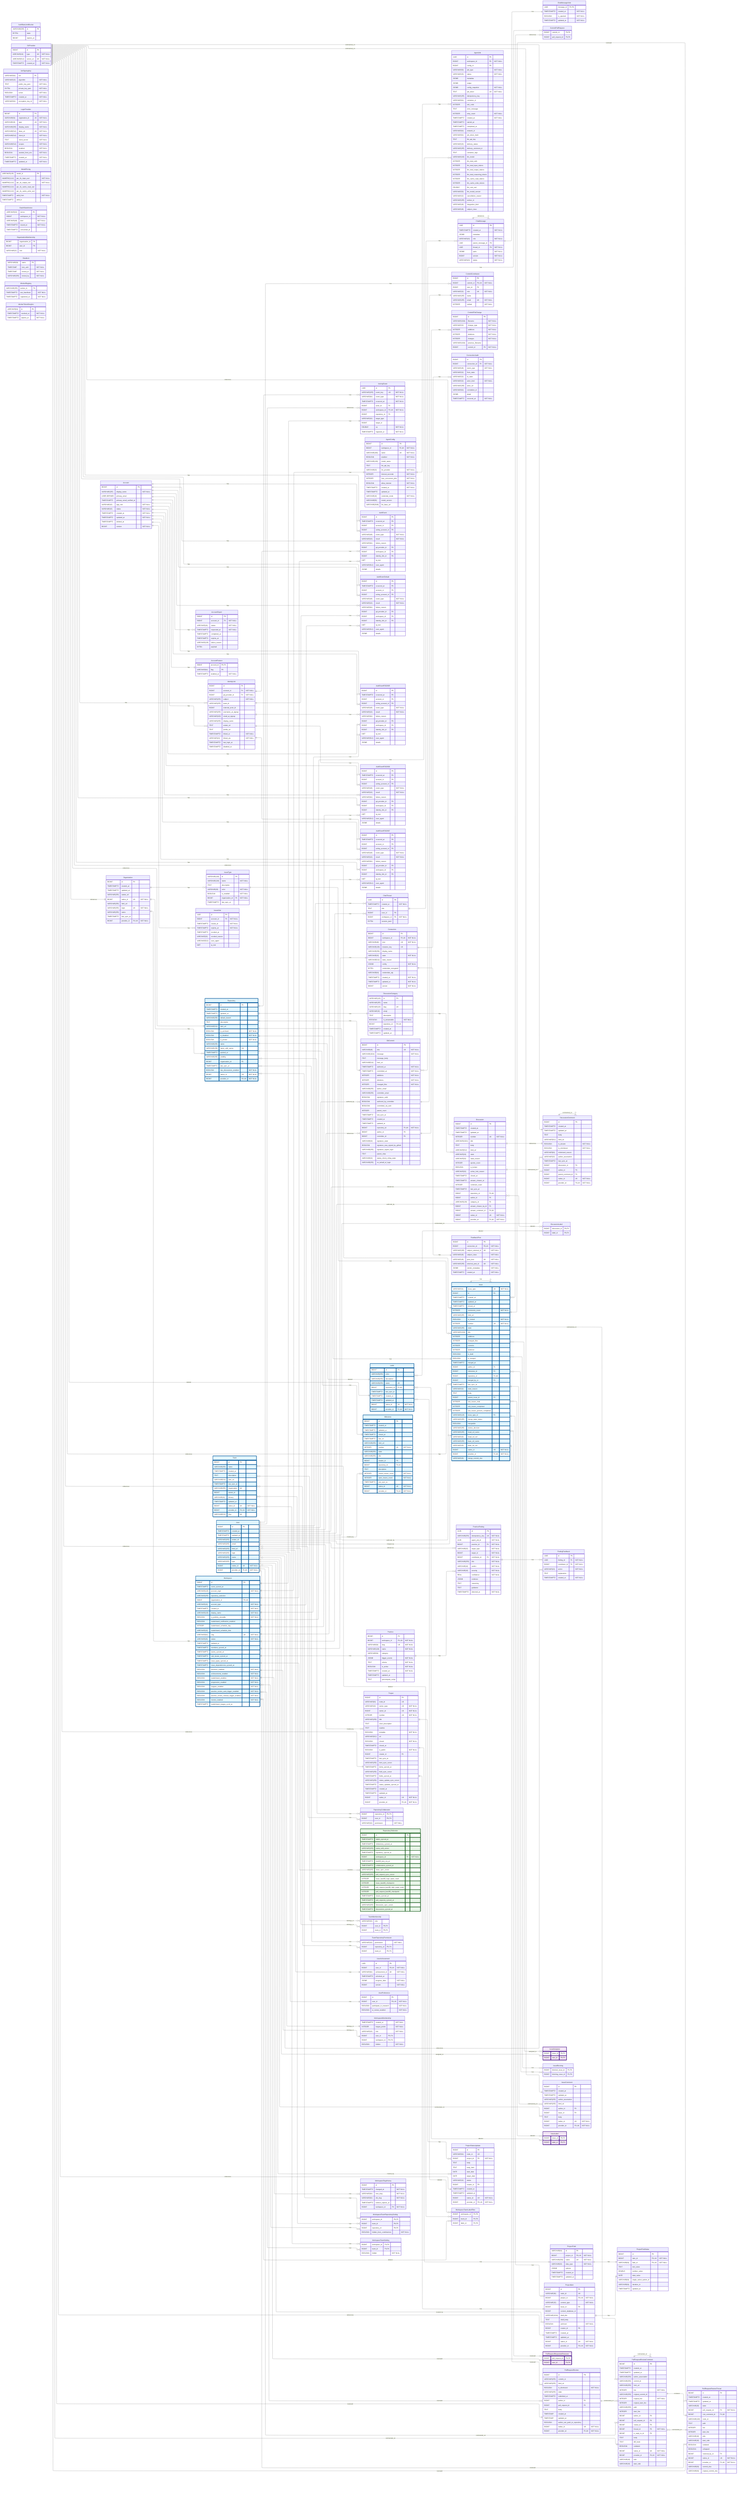
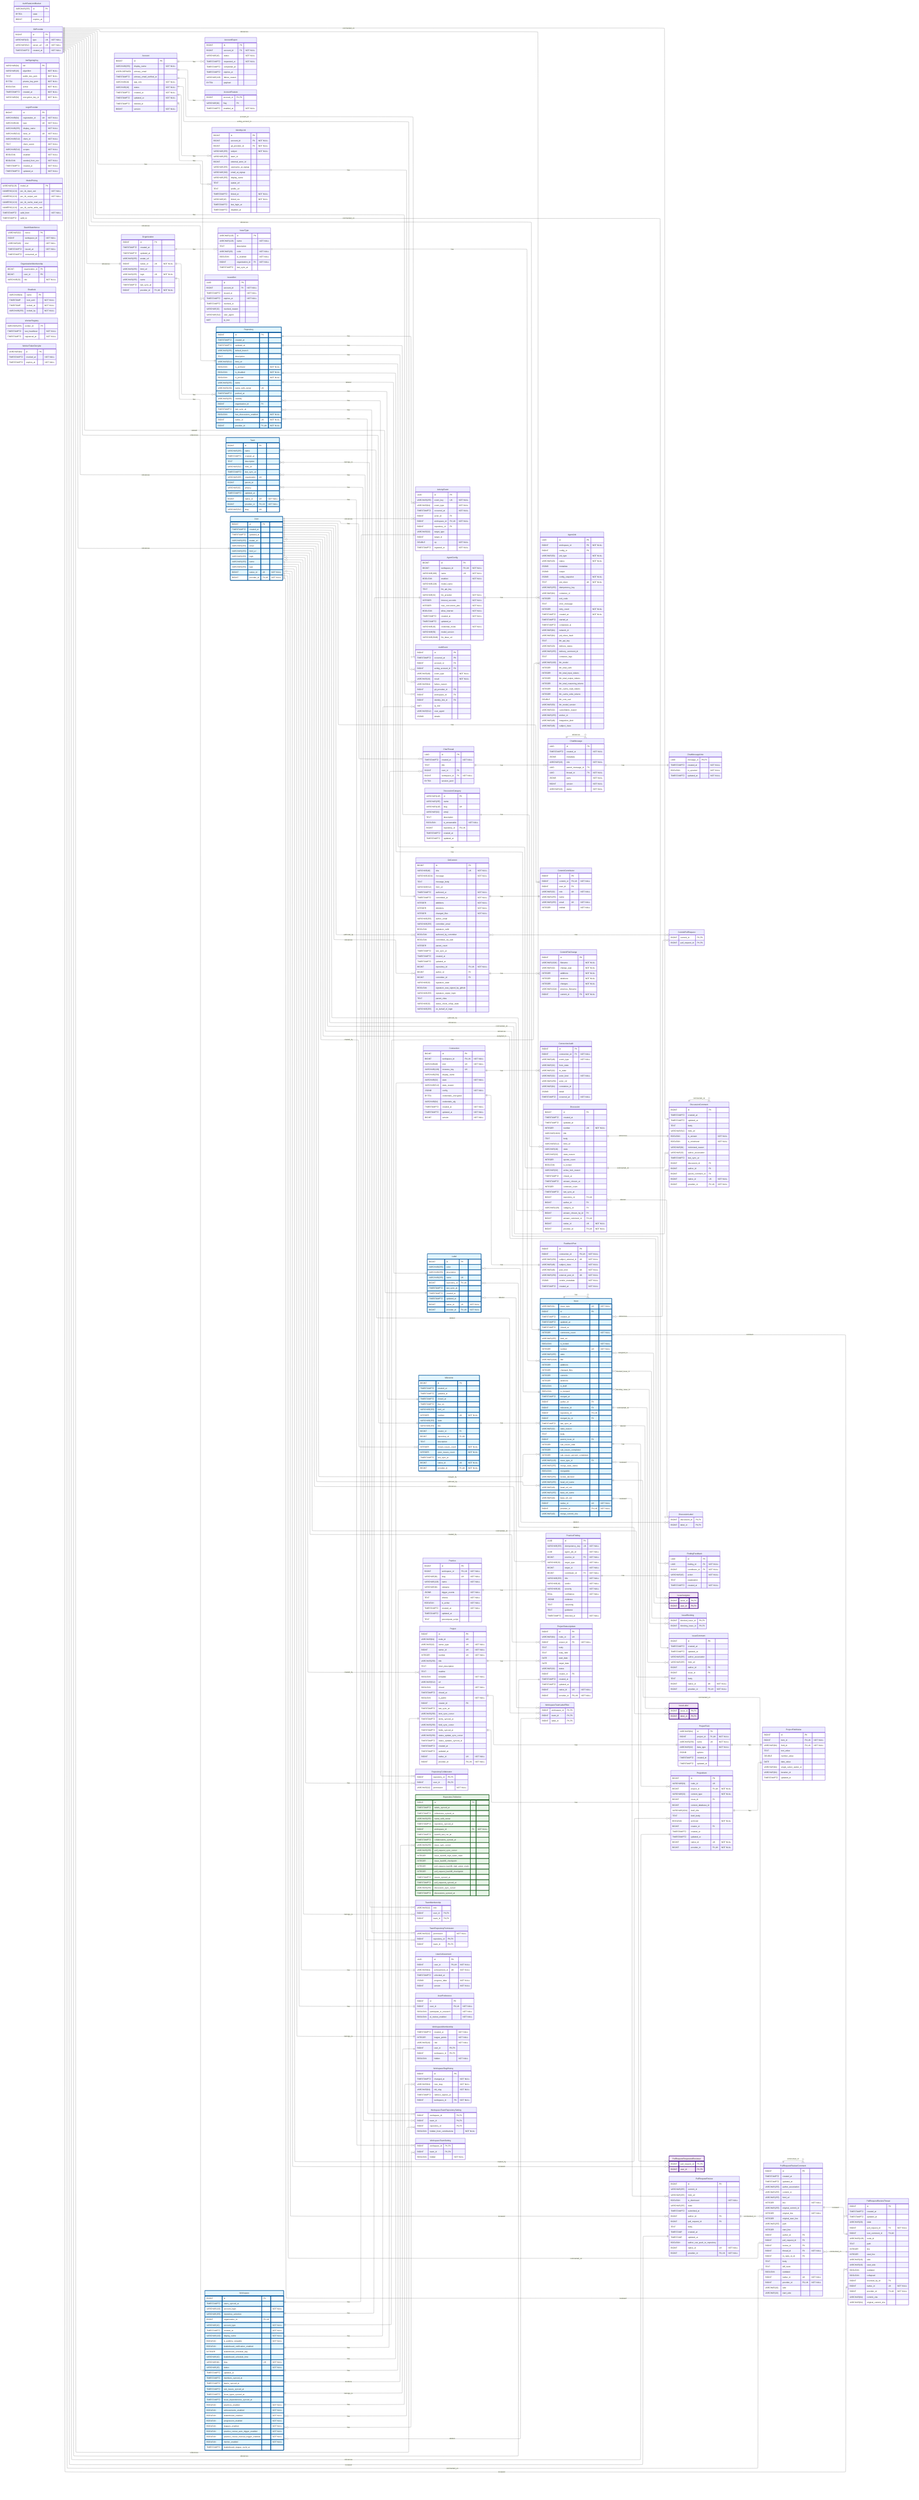
---
config:
    layout: elk
---
erDiagram
    %% Generated automatically from PostgreSQL database schema
    %% using scripts/generate-mermaid-erd.ts
    %% To regenerate: pnpm run db:generate-erd-docs

    direction LR

    Account {
        BIGINT id PK
        VARCHAR(255) display_name "NOT NULL"
        USER-DEFINED primary_email
        TIMESTAMPTZ primary_email_verified_at
        VARCHAR(16) app_role "NOT NULL"
        VARCHAR(16) status "NOT NULL"
        TIMESTAMPTZ created_at "NOT NULL"
        TIMESTAMPTZ updated_at "NOT NULL"
        TIMESTAMPTZ deleted_at
        BIGINT version "NOT NULL"
    }

    AccountExport {
        BIGINT id PK
        BIGINT account_id FK "NOT NULL"
        VARCHAR(16) status "NOT NULL"
        TIMESTAMPTZ requested_at "NOT NULL"
        TIMESTAMPTZ completed_at
        TIMESTAMPTZ expires_at
        VARCHAR(128) failure_reason
        BYTEA payload
    }

    AccountFeature {
        BIGINT account_id PK,FK
        VARCHAR(64) flag PK
        TIMESTAMPTZ enabled_at "NOT NULL"
    }

    ActivityEvent {
        UUID id PK
        VARCHAR(255) event_key UK "NOT NULL"
        VARCHAR(64) event_type "NOT NULL"
        TIMESTAMPTZ occurred_at "NOT NULL"
        BIGINT actor_id FK
        BIGINT workspace_id FK,UK "NOT NULL"
        BIGINT repository_id FK
        VARCHAR(32) target_type
        BIGINT target_id
        DOUBLE xp "NOT NULL"
        TIMESTAMPTZ ingested_at "NOT NULL"
    }

    AgentConfig {
        BIGINT id PK
        BIGINT workspace_id FK,UK "NOT NULL"
        VARCHAR(100) name UK "NOT NULL"
        BOOLEAN enabled "NOT NULL"
        VARCHAR(128) model_name
        TEXT llm_api_key
        VARCHAR(32) llm_provider "NOT NULL"
        INTEGER timeout_seconds "NOT NULL"
        INTEGER max_concurrent_jobs "NOT NULL"
        BOOLEAN allow_internet "NOT NULL"
        TIMESTAMPTZ created_at "NOT NULL"
        TIMESTAMPTZ updated_at
        VARCHAR(16) credential_mode "NOT NULL"
        VARCHAR(50) model_version
        VARCHAR(2048) llm_base_url
    }

    AgentJob {
        UUID id PK
        BIGINT workspace_id FK "NOT NULL"
        BIGINT config_id FK
        VARCHAR(50) job_type "NOT NULL"
        VARCHAR(20) status "NOT NULL"
        JSONB metadata
        JSONB output
        JSONB config_snapshot "NOT NULL"
        TEXT job_token UK "NOT NULL"
        VARCHAR(255) idempotency_key
        VARCHAR(64) container_id
        INTEGER exit_code
        TEXT error_message
        INTEGER retry_count "NOT NULL"
        TIMESTAMPTZ created_at "NOT NULL"
        TIMESTAMPTZ started_at
        TIMESTAMPTZ completed_at
        VARCHAR(64) network_id
        VARCHAR(64) job_token_hash
        TEXT llm_api_key
        VARCHAR(20) delivery_status
        VARCHAR(255) delivery_comment_id
        TEXT container_logs
        VARCHAR(100) llm_model
        INTEGER llm_total_calls
        INTEGER llm_total_input_tokens
        INTEGER llm_total_output_tokens
        INTEGER llm_total_reasoning_tokens
        INTEGER llm_cache_read_tokens
        INTEGER llm_cache_write_tokens
        DOUBLE llm_cost_usd
        VARCHAR(50) llm_model_version
        VARCHAR(32) cancellation_reason
        VARCHAR(255) worker_id
        VARCHAR(48) integration_kind
        VARCHAR(48) subject_class
    }

    AuthEvent {
-         BIGINT id PK
-         TIMESTAMPTZ occurred_at PK
-         BIGINT account_id FK
-         BIGINT acting_account_id FK
-         VARCHAR(48) event_type "NOT NULL"
-         VARCHAR(16) result "NOT NULL"
-         VARCHAR(64) failure_reason
-         BIGINT git_provider_id FK
-         BIGINT workspace_id FK
-         BIGINT identity_link_id FK
-         INET ip_inet
-         VARCHAR(512) user_agent
-         JSONB details
-     }
- 
-     AuthEventDefault {
-         BIGINT id PK
-         TIMESTAMPTZ occurred_at PK
-         BIGINT account_id FK
-         BIGINT acting_account_id FK
-         VARCHAR(48) event_type "NOT NULL"
-         VARCHAR(16) result "NOT NULL"
-         VARCHAR(64) failure_reason
-         BIGINT git_provider_id FK
-         BIGINT workspace_id FK
-         BIGINT identity_link_id FK
-         INET ip_inet
-         VARCHAR(512) user_agent
-         JSONB details
-     }
- 
-     AuthEventP202605 {
-         BIGINT id PK
-         TIMESTAMPTZ occurred_at PK
-         BIGINT account_id FK
-         BIGINT acting_account_id FK
-         VARCHAR(48) event_type "NOT NULL"
-         VARCHAR(16) result "NOT NULL"
-         VARCHAR(64) failure_reason
-         BIGINT git_provider_id FK
-         BIGINT workspace_id FK
-         BIGINT identity_link_id FK
-         INET ip_inet
-         VARCHAR(512) user_agent
-         JSONB details
-     }
- 
-     AuthEventP202606 {
-         BIGINT id PK
-         TIMESTAMPTZ occurred_at PK
-         BIGINT account_id FK
-         BIGINT acting_account_id FK
-         VARCHAR(48) event_type "NOT NULL"
-         VARCHAR(16) result "NOT NULL"
-         VARCHAR(64) failure_reason
-         BIGINT git_provider_id FK
-         BIGINT workspace_id FK
-         BIGINT identity_link_id FK
-         INET ip_inet
-         VARCHAR(512) user_agent
-         JSONB details
-     }
- 
-     AuthEventP202607 {
        BIGINT id PK
        TIMESTAMPTZ occurred_at PK
        BIGINT account_id FK
        BIGINT acting_account_id FK
        VARCHAR(48) event_type "NOT NULL"
        VARCHAR(16) result "NOT NULL"
        VARCHAR(64) failure_reason
        BIGINT git_provider_id FK
        BIGINT workspace_id FK
        BIGINT identity_link_id FK
        INET ip_inet
        VARCHAR(512) user_agent
        JSONB details
    }

    AuthRateLimitBucket {
        VARCHAR(255) id PK
        BYTEA state
        BIGINT expires_at
    }

    ChatMessage {
        UUID id PK
        TIMESTAMPTZ created_at "NOT NULL"
        JSONB metadata
        VARCHAR(16) role "NOT NULL"
        UUID parent_message_id FK
        UUID thread_id FK "NOT NULL"
        JSONB parts "NOT NULL"
        BIGINT version "NOT NULL"
        VARCHAR(16) status "NOT NULL"
    }

    ChatMessageVote {
        UUID message_id PK,FK
        TIMESTAMPTZ created_at "NOT NULL"
        BOOLEAN is_upvoted "NOT NULL"
        TIMESTAMPTZ updated_at "NOT NULL"
    }

    ChatThread {
        UUID id PK
        TIMESTAMPTZ created_at "NOT NULL"
        TEXT title
        BIGINT user_id FK
        BIGINT workspace_id FK "NOT NULL"
        BYTEA session_jsonl
    }

    CommitContributor {
        BIGINT id PK
        BIGINT commit_id FK,UK "NOT NULL"
        BIGINT user_id FK
        VARCHAR(32) role UK "NOT NULL"
        VARCHAR(255) name
        VARCHAR(255) email UK "NOT NULL"
        INTEGER ordinal "NOT NULL"
    }

    CommitFileChange {
        BIGINT id PK
        VARCHAR(1024) filename "NOT NULL"
        VARCHAR(32) change_type "NOT NULL"
        INTEGER additions "NOT NULL"
        INTEGER deletions "NOT NULL"
        INTEGER changes "NOT NULL"
        VARCHAR(1024) previous_filename
        BIGINT commit_id FK "NOT NULL"
    }

    CommitPullRequest {
        BIGINT commit_id PK,FK
        BIGINT pull_request_id PK,FK
    }

    Connection {
        BIGINT id PK
        BIGINT workspace_id FK,UK "NOT NULL"
        VARCHAR(48) kind UK "NOT NULL"
        VARCHAR(128) instance_key UK
        VARCHAR(256) display_name
        VARCHAR(32) state "NOT NULL"
        VARCHAR(512) state_reason
        JSONB config "NOT NULL"
        BYTEA credentials_encrypted
        VARCHAR(64) credentials_alg
        TIMESTAMPTZ created_at "NOT NULL"
        TIMESTAMPTZ updated_at "NOT NULL"
        BIGINT version "NOT NULL"
    }

    ConnectionAudit {
        BIGINT id PK
        BIGINT connection_id FK "NOT NULL"
        VARCHAR(48) event_type "NOT NULL"
        VARCHAR(32) from_state
        VARCHAR(32) to_state
        VARCHAR(32) actor_kind "NOT NULL"
        VARCHAR(256) actor_ref
        VARCHAR(64) correlation_id
        JSONB detail
        TIMESTAMPTZ occurred_at "NOT NULL"
    }

    Discussion {
        BIGINT id PK
        TIMESTAMPTZ created_at
        TIMESTAMPTZ updated_at
        INTEGER number UK "NOT NULL"
        VARCHAR(1024) title
        TEXT body
        VARCHAR(512) html_url
        VARCHAR(16) state
        VARCHAR(32) state_reason
        INTEGER upvote_count
        BOOLEAN is_locked
        VARCHAR(32) active_lock_reason
        TIMESTAMPTZ closed_at
        TIMESTAMPTZ answer_chosen_at
        INTEGER comment_count
        TIMESTAMPTZ last_sync_at
        BIGINT repository_id FK,UK
        BIGINT author_id FK
        VARCHAR(128) category_id FK
        BIGINT answer_chosen_by_id FK
        BIGINT answer_comment_id FK,UK
        BIGINT native_id UK "NOT NULL"
        BIGINT provider_id FK,UK "NOT NULL"
    }

    DiscussionCategory {
        VARCHAR(128) id PK
        VARCHAR(255) name
        VARCHAR(128) slug UK
        VARCHAR(32) emoji
        TEXT description
        BOOLEAN is_answerable "NOT NULL"
        BIGINT repository_id FK,UK
        TIMESTAMPTZ created_at
        TIMESTAMPTZ updated_at
    }

    DiscussionComment {
        BIGINT id PK
        TIMESTAMPTZ created_at
        TIMESTAMPTZ updated_at
        TEXT body
        VARCHAR(512) html_url
        BOOLEAN is_answer "NOT NULL"
        BOOLEAN is_minimized "NOT NULL"
        VARCHAR(64) minimized_reason
        VARCHAR(32) author_association
        TIMESTAMPTZ last_sync_at
        BIGINT discussion_id FK
        BIGINT author_id FK
        BIGINT parent_comment_id FK
        BIGINT native_id UK "NOT NULL"
        BIGINT provider_id FK,UK "NOT NULL"
    }

    DiscussionLabel {
        BIGINT discussion_id PK,FK
        BIGINT label_id PK,FK
    }

    FeedbackPost {
        BIGINT id PK
        BIGINT connection_id FK,UK "NOT NULL"
        VARCHAR(256) subject_external_id UK "NOT NULL"
        VARCHAR(48) subject_class "NOT NULL"
        VARCHAR(48) post_kind UK "NOT NULL"
        VARCHAR(256) external_post_id UK "NOT NULL"
        JSONB vendor_metadata "NOT NULL"
        TIMESTAMPTZ created_at "NOT NULL"
    }

    FindingFeedback {
        UUID id PK
        UUID finding_id FK "NOT NULL"
        BIGINT contributor_id FK "NOT NULL"
        VARCHAR(16) action "NOT NULL"
        TEXT explanation
        TIMESTAMPTZ created_at "NOT NULL"
    }

    GitCommit {
        BIGINT id PK
        VARCHAR(40) sha UK "NOT NULL"
        VARCHAR(1024) message "NOT NULL"
        TEXT message_body
        VARCHAR(512) html_url
        TIMESTAMPTZ authored_at "NOT NULL"
        TIMESTAMPTZ committed_at "NOT NULL"
        INTEGER additions "NOT NULL"
        INTEGER deletions "NOT NULL"
        INTEGER changed_files "NOT NULL"
        VARCHAR(255) author_email
        VARCHAR(255) committer_email
        BOOLEAN signature_valid
        BOOLEAN authored_by_committer
        BOOLEAN committed_via_web
        INTEGER parent_count
        TIMESTAMPTZ last_sync_at
        TIMESTAMPTZ created_at
        TIMESTAMPTZ updated_at
        BIGINT repository_id FK,UK "NOT NULL"
        BIGINT author_id FK
        BIGINT committer_id FK
        VARCHAR(32) signature_state
        BOOLEAN signature_was_signed_by_github
        VARCHAR(255) signature_signer_login
        TEXT parent_shas
        VARCHAR(32) status_check_rollup_state
        VARCHAR(255) on_behalf_of_login
    }

    GitProvider {
        BIGINT id PK
        VARCHAR(10) type UK "NOT NULL"
        VARCHAR(512) server_url UK "NOT NULL"
        TIMESTAMPTZ created_at "NOT NULL"
    }

    IdentityLink {
        BIGINT id PK
        BIGINT account_id FK "NOT NULL"
        BIGINT git_provider_id FK "NOT NULL"
        VARCHAR(255) subject "NOT NULL"
        VARCHAR(255) team_id
        BIGINT external_actor_id
        VARCHAR(255) username_at_signup
        VARCHAR(320) email_at_signup
        VARCHAR(255) display_name
        TEXT avatar_url
        TEXT profile_url
        TIMESTAMPTZ linked_at "NOT NULL"
        VARCHAR(16) linked_via "NOT NULL"
        TIMESTAMPTZ last_login_at
        TIMESTAMPTZ disabled_at
    }

    Issue {
        VARCHAR(31) issue_type UK "NOT NULL"
        BIGINT id PK
        TIMESTAMPTZ created_at
        TIMESTAMPTZ updated_at
        TIMESTAMPTZ closed_at
        INTEGER comments_count "NOT NULL"
        VARCHAR(255) html_url
        BOOLEAN is_locked "NOT NULL"
        INTEGER number UK "NOT NULL"
        VARCHAR(255) state
        VARCHAR(1024) title
        INTEGER additions
        INTEGER changed_files
        INTEGER commits
        INTEGER deletions
        BOOLEAN is_draft
        BOOLEAN is_merged
        TIMESTAMPTZ merged_at
        BIGINT author_id FK
        BIGINT milestone_id FK
        BIGINT repository_id FK,UK
        BIGINT merged_by_id FK
        TIMESTAMPTZ last_sync_at
        VARCHAR(32) state_reason
        TEXT body
        BIGINT parent_issue_id FK
        INTEGER sub_issues_total
        INTEGER sub_issues_completed
        INTEGER sub_issues_percent_completed
        VARCHAR(128) issue_type_id FK
        VARCHAR(255) merge_state_status
        BOOLEAN mergeable
        VARCHAR(255) review_decision
        VARCHAR(255) head_ref_name
        VARCHAR(40) head_ref_oid
        VARCHAR(255) base_ref_name
        VARCHAR(40) base_ref_oid
        BIGINT native_id UK "NOT NULL"
        BIGINT provider_id FK,UK "NOT NULL"
        VARCHAR(40) merge_commit_sha
    }

    IssueAssignee {
        BIGINT issue_id PK,FK
        BIGINT user_id PK,FK
    }

    IssueBlocking {
        BIGINT blocked_issue_id PK,FK
        BIGINT blocking_issue_id PK,FK
    }

    IssueComment {
        BIGINT id PK
        TIMESTAMPTZ created_at
        TIMESTAMPTZ updated_at
        VARCHAR(255) author_association
        VARCHAR(255) html_url
        BIGINT author_id FK
        BIGINT issue_id FK
        TEXT body
        BIGINT native_id UK "NOT NULL"
        BIGINT provider_id FK,UK "NOT NULL"
    }

    IssueLabel {
        BIGINT issue_id PK,FK
        BIGINT label_id PK,FK
    }

    IssueType {
        VARCHAR(128) id PK
        VARCHAR(128) name "NOT NULL"
        TEXT description
        VARCHAR(20) color "NOT NULL"
        BOOLEAN is_enabled "NOT NULL"
        BIGINT organization_id FK "NOT NULL"
        TIMESTAMPTZ last_sync_at
    }

    IssuedJwt {
        UUID jti PK
        BIGINT account_id FK "NOT NULL"
        TIMESTAMPTZ issued_at "NOT NULL"
        TIMESTAMPTZ expires_at "NOT NULL"
        TIMESTAMPTZ revoked_at
        VARCHAR(32) revoked_reason
        VARCHAR(512) user_agent
        INET ip_inet
    }

    JwtSigningKey {
        VARCHAR(64) kid PK
        VARCHAR(16) algorithm "NOT NULL"
        TEXT public_key_pem "NOT NULL"
        BYTEA private_key_pem "NOT NULL"
        BOOLEAN active "NOT NULL"
        TIMESTAMPTZ created_at "NOT NULL"
        VARCHAR(64) encryption_key_id "NOT NULL"
    }

    Label {
        BIGINT id PK
        VARCHAR(255) color
        VARCHAR(255) description
        VARCHAR(255) name UK
        BIGINT repository_id FK,UK
        TIMESTAMPTZ last_sync_at
        TIMESTAMPTZ created_at
        TIMESTAMPTZ updated_at
        BIGINT native_id UK "NOT NULL"
        BIGINT provider_id FK,UK "NOT NULL"
    }

    LoginProvider {
        BIGINT id PK
        VARCHAR(64) registration_id UK "NOT NULL"
        VARCHAR(10) type UK "NOT NULL"
        VARCHAR(255) display_name "NOT NULL"
        VARCHAR(512) base_url UK "NOT NULL"
        VARCHAR(512) client_id "NOT NULL"
        TEXT client_secret "NOT NULL"
        VARCHAR(512) scopes "NOT NULL"
        BOOLEAN enabled "NOT NULL"
        BOOLEAN seeded_from_env "NOT NULL"
        TIMESTAMPTZ created_at "NOT NULL"
        TIMESTAMPTZ updated_at "NOT NULL"
    }

    Milestone {
        BIGINT id PK
        TIMESTAMPTZ created_at
        TIMESTAMPTZ updated_at
        TIMESTAMPTZ closed_at
        TIMESTAMPTZ due_on
        VARCHAR(255) html_url
        INTEGER number UK "NOT NULL"
        VARCHAR(255) state
        VARCHAR(255) title
        BIGINT creator_id FK
        BIGINT repository_id FK,UK
        TEXT description
        INTEGER closed_issues_count "NOT NULL"
        INTEGER open_issues_count "NOT NULL"
        TIMESTAMPTZ last_sync_at
        BIGINT native_id UK "NOT NULL"
        BIGINT provider_id FK,UK "NOT NULL"
    }

    ModelPricing {
        VARCHAR(128) model_id PK
        NUMERIC(12,6) per_1k_input_usd "NOT NULL"
        NUMERIC(12,6) per_1k_output_usd "NOT NULL"
        NUMERIC(12,6) per_1k_cache_read_usd
        NUMERIC(12,6) per_1k_cache_write_usd
        TIMESTAMPTZ valid_from "NOT NULL"
        TIMESTAMPTZ valid_to
    }

    OauthStateNonce {
        VARCHAR(32) nonce PK
        BIGINT workspace_id "NOT NULL"
        VARCHAR(48) kind "NOT NULL"
        TIMESTAMPTZ issued_at "NOT NULL"
        TIMESTAMPTZ consumed_at
    }

    Organization {
        BIGINT id PK
        TIMESTAMPTZ created_at
        TIMESTAMPTZ updated_at
        VARCHAR(255) avatar_url
        BIGINT native_id UK "NOT NULL"
        VARCHAR(255) html_url
        VARCHAR(255) login UK "NOT NULL"
        VARCHAR(255) name
        TIMESTAMPTZ last_sync_at
        BIGINT provider_id FK,UK "NOT NULL"
    }

    OrganizationMembership {
        BIGINT organization_id PK
        BIGINT user_id PK
        VARCHAR(32) role "NOT NULL"
    }

    Practice {
        BIGINT id PK
        BIGINT workspace_id FK,UK "NOT NULL"
        VARCHAR(64) slug UK "NOT NULL"
        VARCHAR(128) name "NOT NULL"
        VARCHAR(64) category
        JSONB trigger_events "NOT NULL"
        TEXT criteria "NOT NULL"
        BOOLEAN is_active "NOT NULL"
        TIMESTAMPTZ created_at "NOT NULL"
        TIMESTAMPTZ updated_at
        TEXT precompute_script
    }

    PracticeFinding {
        UUID id PK
        VARCHAR(255) idempotency_key UK "NOT NULL"
        UUID agent_job_id "NOT NULL"
        BIGINT practice_id FK "NOT NULL"
        VARCHAR(32) target_type "NOT NULL"
        BIGINT target_id "NOT NULL"
        BIGINT contributor_id FK "NOT NULL"
        VARCHAR(255) title "NOT NULL"
        VARCHAR(16) verdict "NOT NULL"
        VARCHAR(16) severity "NOT NULL"
        REAL confidence "NOT NULL"
        JSONB evidence
        TEXT reasoning
        TEXT guidance
        TIMESTAMPTZ detected_at "NOT NULL"
    }

    Project {
        BIGINT id PK
        VARCHAR(64) node_id UK
        VARCHAR(32) owner_type UK "NOT NULL"
        BIGINT owner_id UK "NOT NULL"
        INTEGER number UK "NOT NULL"
        VARCHAR(256) title
        TEXT short_description
        TEXT readme
        BOOLEAN template "NOT NULL"
        VARCHAR(512) url
        BOOLEAN closed "NOT NULL"
        TIMESTAMPTZ closed_at
        BOOLEAN is_public "NOT NULL"
        BIGINT creator_id FK
        TIMESTAMPTZ last_sync_at
        VARCHAR(256) item_sync_cursor
        TIMESTAMPTZ items_synced_at
        VARCHAR(256) field_sync_cursor
        TIMESTAMPTZ fields_synced_at
        VARCHAR(256) status_update_sync_cursor
        TIMESTAMPTZ status_updates_synced_at
        TIMESTAMPTZ created_at
        TIMESTAMPTZ updated_at
        BIGINT native_id UK "NOT NULL"
        BIGINT provider_id FK,UK "NOT NULL"
    }

    ProjectField {
        VARCHAR(64) id PK
        BIGINT project_id FK,UK "NOT NULL"
        VARCHAR(256) name UK "NOT NULL"
        VARCHAR(32) data_type "NOT NULL"
        JSONB options
        TIMESTAMPTZ created_at
        TIMESTAMPTZ updated_at
    }

    ProjectFieldValue {
        BIGINT id PK
        BIGINT item_id FK,UK "NOT NULL"
        VARCHAR(64) field_id FK,UK "NOT NULL"
        TEXT text_value
        DOUBLE number_value
        DATE date_value
        VARCHAR(64) single_select_option_id
        VARCHAR(64) iteration_id
        TIMESTAMPTZ updated_at
    }

    ProjectItem {
        BIGINT id PK
        VARCHAR(64) node_id UK
        BIGINT project_id FK,UK "NOT NULL"
        VARCHAR(32) content_type "NOT NULL"
        BIGINT issue_id FK
        BIGINT content_database_id
        VARCHAR(1024) draft_title
        TEXT draft_body
        BOOLEAN archived "NOT NULL"
        BIGINT creator_id FK
        TIMESTAMPTZ created_at
        TIMESTAMPTZ updated_at
        BIGINT native_id UK "NOT NULL"
        BIGINT provider_id FK,UK "NOT NULL"
    }

    ProjectStatusUpdate {
        BIGINT id PK
        VARCHAR(64) node_id UK
        BIGINT project_id FK "NOT NULL"
        TEXT body
        TEXT body_html
        DATE start_date
        DATE target_date
        VARCHAR(32) status
        BIGINT creator_id FK
        TIMESTAMPTZ created_at
        TIMESTAMPTZ updated_at
        BIGINT native_id UK "NOT NULL"
        BIGINT provider_id FK,UK "NOT NULL"
    }

    PullRequestRequestedReviewer {
        BIGINT pull_request_id PK,FK
        BIGINT user_id PK,FK
    }

    PullRequestReview {
        BIGINT id PK
        VARCHAR(255) commit_id
        VARCHAR(255) html_url
        BOOLEAN is_dismissed "NOT NULL"
        VARCHAR(255) state
        TIMESTAMPTZ submitted_at
        BIGINT author_id FK
        BIGINT pull_request_id FK
        TEXT body
        TIMESTAMP created_at
        TIMESTAMP updated_at
        BOOLEAN author_can_push_to_repository
        BIGINT native_id UK "NOT NULL"
        BIGINT provider_id FK,UK "NOT NULL"
    }

    PullRequestReviewComment {
        BIGINT id PK
        TIMESTAMPTZ created_at
        TIMESTAMPTZ updated_at
        VARCHAR(255) author_association
        VARCHAR(255) commit_id
        VARCHAR(255) html_url
        INTEGER line "NOT NULL"
        VARCHAR(255) original_commit_id
        INTEGER original_line "NOT NULL"
        INTEGER original_start_line
        VARCHAR(255) path
        INTEGER start_line
        BIGINT author_id FK
        BIGINT pull_request_id FK
        BIGINT review_id FK
        BIGINT thread_id FK "NOT NULL"
        BIGINT in_reply_to_id FK
        TEXT body
        TEXT diff_hunk
        BOOLEAN outdated
        BIGINT native_id UK "NOT NULL"
        BIGINT provider_id FK,UK "NOT NULL"
        VARCHAR(16) side
        VARCHAR(16) start_side
    }

    PullRequestReviewThread {
        BIGINT id PK
        TIMESTAMPTZ created_at
        TIMESTAMPTZ updated_at
        VARCHAR(20) state
        BIGINT pull_request_id FK "NOT NULL"
        BIGINT root_comment_id FK,UK
        VARCHAR(128) node_id
        TEXT path
        INTEGER line
        INTEGER start_line
        VARCHAR(16) side
        VARCHAR(16) start_side
        BOOLEAN outdated
        BOOLEAN collapsed
        BIGINT resolved_by_id FK
        BIGINT native_id UK "NOT NULL"
        BIGINT provider_id FK,UK "NOT NULL"
        VARCHAR(64) commit_sha
        VARCHAR(64) original_commit_sha
    }

    Repository {
        BIGINT id PK
        TIMESTAMPTZ created_at
        TIMESTAMPTZ updated_at
        VARCHAR(255) default_branch
        TEXT description
        VARCHAR(512) html_url
        BOOLEAN is_archived "NOT NULL"
        BOOLEAN is_disabled "NOT NULL"
        BOOLEAN is_private "NOT NULL"
        VARCHAR(255) name
        VARCHAR(150) name_with_owner UK
        TIMESTAMPTZ pushed_at
        VARCHAR(255) visibility
        BIGINT organization_id FK
        TIMESTAMPTZ last_sync_at
        BOOLEAN has_discussions_enabled "NOT NULL"
        BIGINT native_id UK "NOT NULL"
        BIGINT provider_id FK,UK "NOT NULL"
    }

    RepositoryCollaborator {
        BIGINT repository_id PK,FK
        BIGINT user_id PK,FK
        VARCHAR(32) permission "NOT NULL"
    }

    RepositoryToMonitor {
        BIGINT id PK
        TIMESTAMPTZ labels_synced_at
        TIMESTAMPTZ milestones_synced_at
        VARCHAR(255) name_with_owner
        TIMESTAMPTZ repository_synced_at
        BIGINT workspace_id FK "NOT NULL"
        TIMESTAMPTZ backfill_last_run_at
        TIMESTAMPTZ collaborators_synced_at
        VARCHAR(255) issue_sync_cursor
        VARCHAR(255) pull_request_sync_cursor
        INTEGER issue_backfill_high_water_mark
        INTEGER issue_backfill_checkpoint
        INTEGER pull_request_backfill_high_water_mark
        INTEGER pull_request_backfill_checkpoint
        TIMESTAMPTZ issues_synced_at
        TIMESTAMPTZ pull_requests_synced_at
        VARCHAR(255) discussion_sync_cursor
        TIMESTAMPTZ discussions_synced_at
    }

    Shedlock {
        VARCHAR(64) name PK
        TIMESTAMP lock_until "NOT NULL"
        TIMESTAMP locked_at "NOT NULL"
        VARCHAR(255) locked_by "NOT NULL"
    }

    Team {
        BIGINT id PK
        VARCHAR(255) name
        TIMESTAMPTZ created_at
        TEXT description
        VARCHAR(512) html_url
        TIMESTAMPTZ last_sync_at
        VARCHAR(255) organization UK
        BIGINT parent_id
        VARCHAR(32) privacy
        TIMESTAMPTZ updated_at
        BIGINT native_id UK "NOT NULL"
        BIGINT provider_id FK,UK "NOT NULL"
        VARCHAR(512) slug UK
    }

    TeamMembership {
        VARCHAR(32) role
        BIGINT user_id PK,FK
        BIGINT team_id PK,FK
    }

    TeamRepositoryPermission {
        VARCHAR(32) permission "NOT NULL"
        BIGINT repository_id PK,FK
        BIGINT team_id PK,FK
    }

    User {
        BIGINT id PK
        TIMESTAMPTZ created_at
        TIMESTAMPTZ updated_at
        VARCHAR(255) avatar_url
        VARCHAR(255) email
        VARCHAR(255) html_url
        VARCHAR(255) login
        VARCHAR(255) name
        VARCHAR(255) type
        BIGINT native_id UK "NOT NULL"
        BIGINT provider_id FK,UK "NOT NULL"
    }

    UserAchievement {
        UUID id PK
        BIGINT user_id FK,UK "NOT NULL"
        VARCHAR(64) achievement_id UK "NOT NULL"
        TIMESTAMPTZ unlocked_at
        JSONB progress_data "NOT NULL"
        BIGINT version "NOT NULL"
    }

    UserPreference {
        BIGINT id PK
        BIGINT user_id FK,UK "NOT NULL"
        BOOLEAN participate_in_research "NOT NULL"
        BOOLEAN ai_review_enabled "NOT NULL"
    }

    WorkerRegistry {
        VARCHAR(255) worker_id PK
        TIMESTAMPTZ last_heartbeat "NOT NULL"
        TIMESTAMPTZ registered_at "NOT NULL"
    }

    WorkerTokenDenylist {
        VARCHAR(64) jti PK
        TIMESTAMPTZ revoked_at "NOT NULL"
        TIMESTAMPTZ expires_at "NOT NULL"
    }

    Workspace {
        BIGINT id PK
        TIMESTAMPTZ users_synced_at
        VARCHAR(120) account_login "NOT NULL"
        VARCHAR(255) repository_selection
        BIGINT organization_id FK,UK
        VARCHAR(10) account_type "NOT NULL"
        TIMESTAMPTZ created_at "NOT NULL"
        VARCHAR(120) display_name "NOT NULL"
        BOOLEAN is_publicly_viewable "NOT NULL"
        BOOLEAN leaderboard_notification_enabled
        INTEGER leaderboard_schedule_day
        VARCHAR(10) leaderboard_schedule_time
        VARCHAR(64) slug UK "NOT NULL"
        VARCHAR(20) status "NOT NULL"
        TIMESTAMPTZ updated_at
        TIMESTAMPTZ members_synced_at
        TIMESTAMPTZ teams_synced_at
        TIMESTAMPTZ sub_issues_synced_at
        TIMESTAMPTZ issue_types_synced_at
        TIMESTAMPTZ issue_dependencies_synced_at
        BOOLEAN practices_enabled "NOT NULL"
        BOOLEAN achievements_enabled "NOT NULL"
        BOOLEAN leaderboard_enabled "NOT NULL"
        BOOLEAN progression_enabled "NOT NULL"
        BOOLEAN leagues_enabled "NOT NULL"
        BOOLEAN practice_review_auto_trigger_enabled "NOT NULL"
        BOOLEAN practice_review_manual_trigger_enabled "NOT NULL"
        BOOLEAN mentor_enabled "NOT NULL"
        TIMESTAMPTZ leaderboard_league_cycle_at
    }

    WorkspaceMembership {
        TIMESTAMPTZ created_at "NOT NULL"
        INTEGER league_points "NOT NULL"
        VARCHAR(16) role "NOT NULL"
        BIGINT user_id PK,FK
        BIGINT workspace_id PK,FK
        BOOLEAN hidden "NOT NULL"
    }

    WorkspaceSlugHistory {
        BIGINT id PK
        TIMESTAMPTZ changed_at "NOT NULL"
        VARCHAR(64) new_slug "NOT NULL"
        VARCHAR(64) old_slug "NOT NULL"
        TIMESTAMPTZ redirect_expires_at
        BIGINT workspace_id FK "NOT NULL"
    }

    WorkspaceTeamLabelFilter {
        BIGINT workspace_id PK,FK
        BIGINT team_id PK,FK
        BIGINT label_id PK,FK
    }

    WorkspaceTeamRepositorySetting {
        BIGINT workspace_id PK,FK
        BIGINT team_id PK,FK
        BIGINT repository_id PK,FK
        BOOLEAN hidden_from_contributions "NOT NULL"
    }

    WorkspaceTeamSetting {
        BIGINT workspace_id PK,FK
        BIGINT team_id PK,FK
        BOOLEAN hidden "NOT NULL"
    }

    %% Relationships
    %% One-to-One relationships
    Account ||--|| AccountFeature : has
    Workspace ||--|| ActivityEvent : has
    Workspace ||--|| AgentConfig : has
    ChatMessage ||--|| ChatMessageVote : has
    GitCommit ||--|| CommitContributor : has
    Workspace ||--|| Connection : has
+     Repository ||--|| Discussion : has
    DiscussionComment ||--|| Discussion : references
    GitProvider ||--|| Discussion : references
-     Repository ||--|| Discussion : has
    Repository ||--|| DiscussionCategory : has
    GitProvider ||--|| DiscussionComment : commented_on
    Connection ||--|| FeedbackPost : has
    Repository ||--|| GitCommit : has
+     Repository ||--|| Issue : has
    GitProvider ||--|| Issue : references
-     Repository ||--|| Issue : has
    GitProvider ||--|| IssueComment : commented_on
+     Repository ||--|| Label : labeled
    GitProvider ||--|| Label : labeled
-     Repository ||--|| Label : labeled
+     Repository ||--|| Milestone : has
    GitProvider ||--|| Milestone : references
-     Repository ||--|| Milestone : has
    GitProvider ||--|| Organization : references
    Workspace ||--|| Practice : has
    GitProvider ||--|| Project : references
    Project ||--|| ProjectField : has
+     ProjectItem ||--|| ProjectFieldValue : has
    ProjectField ||--|| ProjectFieldValue : has
-     ProjectItem ||--|| ProjectFieldValue : has
    Project ||--|| ProjectItem : has
    GitProvider ||--|| ProjectItem : references
    GitProvider ||--|| ProjectStatusUpdate : references
    GitProvider ||--|| PullRequestReview : reviewed
    GitProvider ||--|| PullRequestReviewComment : commented_on
+     PullRequestReviewComment ||--|| PullRequestReviewThread : reviewed
    GitProvider ||--|| PullRequestReviewThread : reviewed
-     PullRequestReviewComment ||--|| PullRequestReviewThread : reviewed
    GitProvider ||--|| Repository : references
    GitProvider ||--|| Team : references
    GitProvider ||--|| User : references
    User ||--|| UserAchievement : has
    User ||--|| UserPreference : has
    Organization ||--|| Workspace : has
    User ||--|| WorkspaceMembership : belongs_to
    Workspace ||--|| WorkspaceMembership : belongs_to

    %% One-to-Many relationships
    Account ||--o{ AccountExport : has
    User ||--o{ ActivityEvent : references
    Repository ||--o{ ActivityEvent : has
+     Workspace ||--o{ AgentJob : has
    AgentConfig ||--o{ AgentJob : has
-     Workspace ||--o{ AgentJob : has
-     Account ||--o{ AuthEvent : has
-     Account ||--o{ AuthEvent : has
+     Account ||--o{ AuthEvent : account_id
+     Account ||--o{ AuthEvent : acting_account_id
    GitProvider ||--o{ AuthEvent : has
+     Workspace ||--o{ AuthEvent : has
    IdentityLink ||--o{ AuthEvent : has
-     Workspace ||--o{ AuthEvent : has
-     Account ||--o{ AuthEventDefault : has
-     Account ||--o{ AuthEventDefault : has
-     GitProvider ||--o{ AuthEventDefault : has
-     IdentityLink ||--o{ AuthEventDefault : has
-     Workspace ||--o{ AuthEventDefault : has
-     Account ||--o{ AuthEventP202605 : has
-     Account ||--o{ AuthEventP202605 : has
-     GitProvider ||--o{ AuthEventP202605 : has
-     IdentityLink ||--o{ AuthEventP202605 : has
-     Workspace ||--o{ AuthEventP202605 : has
-     Account ||--o{ AuthEventP202606 : has
-     Account ||--o{ AuthEventP202606 : has
-     GitProvider ||--o{ AuthEventP202606 : has
-     IdentityLink ||--o{ AuthEventP202606 : has
-     Workspace ||--o{ AuthEventP202606 : has
-     Account ||--o{ AuthEventP202607 : has
-     Account ||--o{ AuthEventP202607 : has
-     GitProvider ||--o{ AuthEventP202607 : has
-     IdentityLink ||--o{ AuthEventP202607 : has
-     Workspace ||--o{ AuthEventP202607 : has
    ChatMessage ||--o{ ChatMessage : references
    ChatThread ||--o{ ChatMessage : has
    User ||--o{ ChatThread : has
    Workspace ||--o{ ChatThread : has
    User ||--o{ CommitContributor : has
    GitCommit ||--o{ CommitFileChange : has
    Connection ||--o{ ConnectionAudit : has
-     User ||--o{ Discussion : references
    User ||--o{ Discussion : authored_by
    DiscussionCategory ||--o{ Discussion : has
+     User ||--o{ Discussion : references
+     Discussion ||--o{ DiscussionComment : commented_on
    User ||--o{ DiscussionComment : commented_on
-     Discussion ||--o{ DiscussionComment : commented_on
    DiscussionComment ||--o{ DiscussionComment : commented_on
+     PracticeFinding ||--o{ FindingFeedback : has
    User ||--o{ FindingFeedback : references
-     PracticeFinding ||--o{ FindingFeedback : has
    User ||--o{ GitCommit : authored_by
    User ||--o{ GitCommit : references
    Account ||--o{ IdentityLink : has
    GitProvider ||--o{ IdentityLink : has
    User ||--o{ Issue : authored_by
+     Milestone ||--o{ Issue : has
+     User ||--o{ Issue : merged_by
+     Issue ||--o{ Issue : has
    IssueType ||--o{ Issue : has
-     User ||--o{ Issue : merged_by
-     Milestone ||--o{ Issue : has
-     Issue ||--o{ Issue : has
    User ||--o{ IssueComment : commented_on
    Issue ||--o{ IssueComment : commented_on
    Organization ||--o{ IssueType : has
    Account ||--o{ IssuedJwt : has
    User ||--o{ Milestone : created_by
+     Practice ||--o{ PracticeFinding : has
    User ||--o{ PracticeFinding : references
-     Practice ||--o{ PracticeFinding : has
    User ||--o{ Project : created_by
+     Issue ||--o{ ProjectItem : has
    User ||--o{ ProjectItem : created_by
-     Issue ||--o{ ProjectItem : has
+     Project ||--o{ ProjectStatusUpdate : has
    User ||--o{ ProjectStatusUpdate : created_by
-     Project ||--o{ ProjectStatusUpdate : has
    User ||--o{ PullRequestReview : reviewed
    Issue ||--o{ PullRequestReview : reviewed
    User ||--o{ PullRequestReviewComment : commented_on
-     PullRequestReviewComment ||--o{ PullRequestReviewComment : commented_on
    Issue ||--o{ PullRequestReviewComment : commented_on
    PullRequestReview ||--o{ PullRequestReviewComment : commented_on
    PullRequestReviewThread ||--o{ PullRequestReviewComment : commented_on
+     PullRequestReviewComment ||--o{ PullRequestReviewComment : commented_on
    Issue ||--o{ PullRequestReviewThread : reviewed
    User ||--o{ PullRequestReviewThread : reviewed
    Organization ||--o{ Repository : has
    Workspace ||--o{ RepositoryToMonitor : monitors
    Workspace ||--o{ WorkspaceSlugHistory : has

    %% Many-to-Many relationships
    GitCommit }o--o{ CommitPullRequest : has
    Issue }o--o{ CommitPullRequest : references
    Discussion }o--o{ DiscussionLabel : labeled
    Label }o--o{ DiscussionLabel : labeled
    Issue }o--o{ IssueAssignee : assigned_to
    User }o--o{ IssueAssignee : assigned_to
-     Issue }o--o{ IssueBlocking : has
-     Issue }o--o{ IssueBlocking : has
+     Issue }o--o{ IssueBlocking : blocked_issue_id
+     Issue }o--o{ IssueBlocking : blocking_issue_id
    Issue }o--o{ IssueLabel : labeled
    Label }o--o{ IssueLabel : labeled
    Issue }o--o{ PullRequestRequestedReviewer : reviewed
    User }o--o{ PullRequestRequestedReviewer : reviewed
    Repository }o--o{ RepositoryCollaborator : has
    User }o--o{ RepositoryCollaborator : has
+     User }o--o{ TeamMembership : belongs_to
    Team }o--o{ TeamMembership : belongs_to
-     User }o--o{ TeamMembership : belongs_to
    Repository }o--o{ TeamRepositoryPermission : has
    Team }o--o{ TeamRepositoryPermission : has
+     Workspace }o--o{ WorkspaceTeamLabelFilter : labeled
+     Team }o--o{ WorkspaceTeamLabelFilter : labeled
    Label }o--o{ WorkspaceTeamLabelFilter : labeled
-     Team }o--o{ WorkspaceTeamLabelFilter : labeled
-     Workspace }o--o{ WorkspaceTeamLabelFilter : labeled
+     Workspace }o--o{ WorkspaceTeamRepositorySetting : has
+     Team }o--o{ WorkspaceTeamRepositorySetting : has
    Repository }o--o{ WorkspaceTeamRepositorySetting : has
-     Team }o--o{ WorkspaceTeamRepositorySetting : has
-     Workspace }o--o{ WorkspaceTeamRepositorySetting : has
+     Workspace }o--o{ WorkspaceTeamSetting : has
    Team }o--o{ WorkspaceTeamSetting : has
-     Workspace }o--o{ WorkspaceTeamSetting : has

    %% Styling
    classDef primaryEntity fill:#e1f5fe,stroke:#01579b,stroke-width:2px
    classDef associationEntity fill:#f3e5f5,stroke:#4a148c,stroke-width:2px
    classDef metadataEntity fill:#e8f5e8,stroke:#1b5e20,stroke-width:2px

    class Issue primaryEntity
    class IssueAssignee associationEntity
    class IssueLabel associationEntity
    class Label primaryEntity
    class Milestone primaryEntity
    class PullRequestRequestedReviewer associationEntity
    class Repository primaryEntity
    class RepositoryToMonitor metadataEntity
    class Team primaryEntity
    class User primaryEntity
    class Workspace primaryEntity
